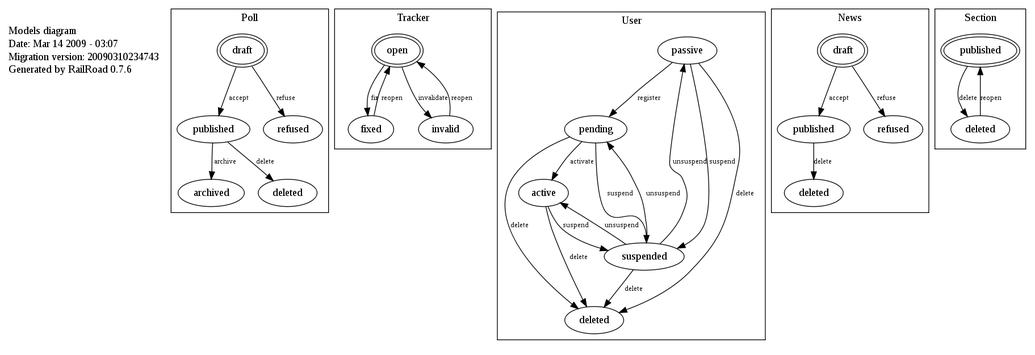
linuxfrorg/linuxfr.org keeps this Graphviz diagram as doc/diagrams/states.png. Above is the earlier version. Its source is kept beside it as doc/diagrams/states.dot. Its diagram source:
```dot
digraph models_diagram {
	graph[overlap=false, splines=true]
	_diagram_info [shape="plaintext", label="Models diagram\lDate: Mar 14 2009 - 03:07\lMigration version: 20090310234743\lGenerated by RailRoad 0.7.6\l", fontsize=14]
subgraph cluster_poll {
	label = "Poll"
	poll_draft [label=draft , peripheries = 2];
  poll_published [label=published ];
  poll_archived [label=archived ];
  poll_refused [label=refused ];
  poll_deleted [label=deleted ];}subgraph cluster_tracker {
	label = "Tracker"
	tracker_open [label=open , peripheries = 2];
  tracker_fixed [label=fixed ];
  tracker_invalid [label=invalid ];}subgraph cluster_user {
	label = "User"
	user_passive [label=passive ];
  user_pending [label=pending ];
  user_active [label=active ];
  user_suspended [label=suspended ];
  user_deleted [label=deleted ];}subgraph cluster_news {
	label = "News"
	news_draft [label=draft , peripheries = 2];
  news_published [label=published ];
  news_refused [label=refused ];
  news_deleted [label=deleted ];}subgraph cluster_section {
	label = "Section"
	section_published [label=published , peripheries = 2];
  section_deleted [label=deleted ];}	"poll_published" -> "poll_archived" [label="archive", fontsize=10]
	"poll_published" -> "poll_deleted" [label="delete", fontsize=10]
	"poll_draft" -> "poll_refused" [label="refuse", fontsize=10]
	"poll_draft" -> "poll_published" [label="accept", fontsize=10]
	"tracker_open" -> "tracker_invalid" [label="invalidate", fontsize=10]
	"tracker_fixed" -> "tracker_open" [label="reopen", fontsize=10]
	"tracker_invalid" -> "tracker_open" [label="reopen", fontsize=10]
	"tracker_open" -> "tracker_fixed" [label="fix", fontsize=10]
	"user_passive" -> "user_deleted" [label="delete", fontsize=10]
	"user_pending" -> "user_deleted" [label="delete", fontsize=10]
	"user_active" -> "user_deleted" [label="delete", fontsize=10]
	"user_suspended" -> "user_deleted" [label="delete", fontsize=10]
	"user_passive" -> "user_suspended" [label="suspend", fontsize=10]
	"user_pending" -> "user_suspended" [label="suspend", fontsize=10]
	"user_active" -> "user_suspended" [label="suspend", fontsize=10]
	"user_pending" -> "user_active" [label="activate", fontsize=10]
	"user_passive" -> "user_pending" [label="register", fontsize=10]
	"user_suspended" -> "user_active" [label="unsuspend", fontsize=10]
	"user_suspended" -> "user_pending" [label="unsuspend", fontsize=10]
	"user_suspended" -> "user_passive" [label="unsuspend", fontsize=10]
	"news_published" -> "news_deleted" [label="delete", fontsize=10]
	"news_draft" -> "news_refused" [label="refuse", fontsize=10]
	"news_draft" -> "news_published" [label="accept", fontsize=10]
	"section_deleted" -> "section_published" [label="reopen", fontsize=10]
	"section_published" -> "section_deleted" [label="delete", fontsize=10]
}
```
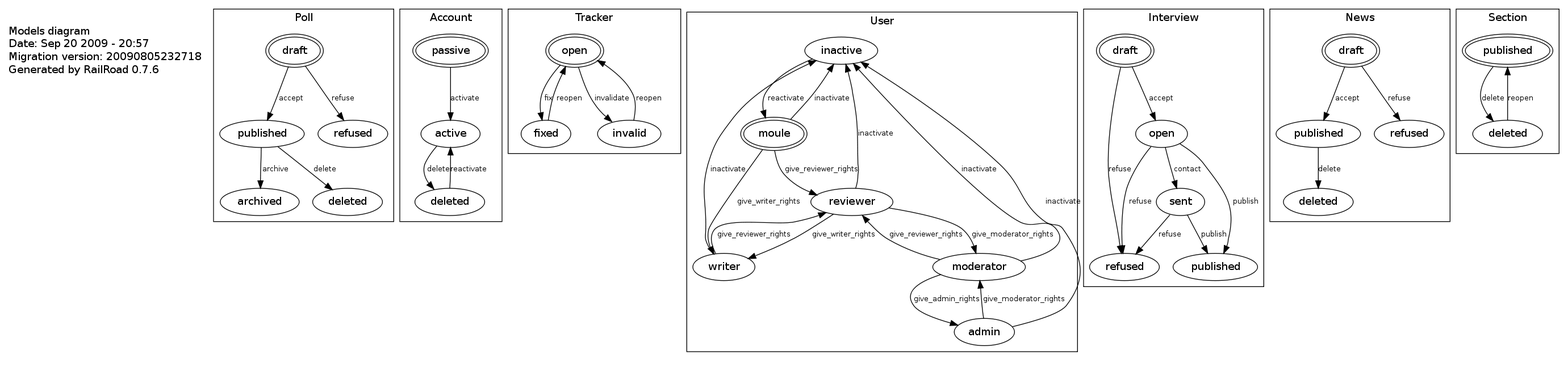
Later version of the same file.

Diff of the diagram source:
```diff
@@ -1,23 +1,34 @@
 digraph models_diagram {
 	graph[overlap=false, splines=true]
-	_diagram_info [shape="plaintext", label="Models diagram\lDate: Mar 14 2009 - 03:07\lMigration version: 20090310234743\lGenerated by RailRoad 0.7.6\l", fontsize=14]
+	_diagram_info [shape="plaintext", label="Models diagram\lDate: Sep 20 2009 - 20:57\lMigration version: 20090805232718\lGenerated by RailRoad 0.7.6\l", fontsize=14]
 subgraph cluster_poll {
 	label = "Poll"
 	poll_draft [label=draft , peripheries = 2];
   poll_published [label=published ];
   poll_archived [label=archived ];
   poll_refused [label=refused ];
-  poll_deleted [label=deleted ];}subgraph cluster_tracker {
+  poll_deleted [label=deleted ];}subgraph cluster_account {
+	label = "Account"
+	account_passive [label=passive , peripheries = 2];
+  account_active [label=active ];
+  account_deleted [label=deleted ];}subgraph cluster_tracker {
 	label = "Tracker"
 	tracker_open [label=open , peripheries = 2];
   tracker_fixed [label=fixed ];
   tracker_invalid [label=invalid ];}subgraph cluster_user {
 	label = "User"
-	user_passive [label=passive ];
-  user_pending [label=pending ];
-  user_active [label=active ];
-  user_suspended [label=suspended ];
-  user_deleted [label=deleted ];}subgraph cluster_news {
+	user_inactive [label=inactive ];
+  user_moule [label=moule , peripheries = 2];
+  user_writer [label=writer ];
+  user_reviewer [label=reviewer ];
+  user_moderator [label=moderator ];
+  user_admin [label=admin ];}subgraph cluster_interview {
+	label = "Interview"
+	interview_draft [label=draft , peripheries = 2];
+  interview_open [label=open ];
+  interview_sent [label=sent ];
+  interview_published [label=published ];
+  interview_refused [label=refused ];}subgraph cluster_news {
 	label = "News"
 	news_draft [label=draft , peripheries = 2];
   news_published [label=published ];
@@ -29,22 +40,34 @@
 	"poll_published" -> "poll_deleted" [label="delete", fontsize=10]
 	"poll_draft" -> "poll_refused" [label="refuse", fontsize=10]
 	"poll_draft" -> "poll_published" [label="accept", fontsize=10]
-	"tracker_open" -> "tracker_invalid" [label="invalidate", fontsize=10]
+	"account_passive" -> "account_active" [label="activate", fontsize=10]
+	"account_deleted" -> "account_active" [label="reactivate", fontsize=10]
+	"account_active" -> "account_deleted" [label="delete", fontsize=10]
 	"tracker_fixed" -> "tracker_open" [label="reopen", fontsize=10]
 	"tracker_invalid" -> "tracker_open" [label="reopen", fontsize=10]
 	"tracker_open" -> "tracker_fixed" [label="fix", fontsize=10]
-	"user_passive" -> "user_deleted" [label="delete", fontsize=10]
-	"user_pending" -> "user_deleted" [label="delete", fontsize=10]
-	"user_active" -> "user_deleted" [label="delete", fontsize=10]
-	"user_suspended" -> "user_deleted" [label="delete", fontsize=10]
-	"user_passive" -> "user_suspended" [label="suspend", fontsize=10]
-	"user_pending" -> "user_suspended" [label="suspend", fontsize=10]
-	"user_active" -> "user_suspended" [label="suspend", fontsize=10]
-	"user_pending" -> "user_active" [label="activate", fontsize=10]
-	"user_passive" -> "user_pending" [label="register", fontsize=10]
-	"user_suspended" -> "user_active" [label="unsuspend", fontsize=10]
-	"user_suspended" -> "user_pending" [label="unsuspend", fontsize=10]
-	"user_suspended" -> "user_passive" [label="unsuspend", fontsize=10]
+	"tracker_open" -> "tracker_invalid" [label="invalidate", fontsize=10]
+	"user_moule" -> "user_inactive" [label="inactivate", fontsize=10]
+	"user_writer" -> "user_inactive" [label="inactivate", fontsize=10]
+	"user_reviewer" -> "user_inactive" [label="inactivate", fontsize=10]
+	"user_moderator" -> "user_inactive" [label="inactivate", fontsize=10]
+	"user_admin" -> "user_inactive" [label="inactivate", fontsize=10]
+	"user_inactive" -> "user_moule" [label="reactivate", fontsize=10]
+	"user_moule" -> "user_writer" [label="give_writer_rights", fontsize=10]
+	"user_reviewer" -> "user_writer" [label="give_writer_rights", fontsize=10]
+	"user_moule" -> "user_reviewer" [label="give_reviewer_rights", fontsize=10]
+	"user_writer" -> "user_reviewer" [label="give_reviewer_rights", fontsize=10]
+	"user_moderator" -> "user_reviewer" [label="give_reviewer_rights", fontsize=10]
+	"user_reviewer" -> "user_moderator" [label="give_moderator_rights", fontsize=10]
+	"user_admin" -> "user_moderator" [label="give_moderator_rights", fontsize=10]
+	"user_moderator" -> "user_admin" [label="give_admin_rights", fontsize=10]
+	"interview_open" -> "interview_sent" [label="contact", fontsize=10]
+	"interview_open" -> "interview_published" [label="publish", fontsize=10]
+	"interview_sent" -> "interview_published" [label="publish", fontsize=10]
+	"interview_draft" -> "interview_refused" [label="refuse", fontsize=10]
+	"interview_open" -> "interview_refused" [label="refuse", fontsize=10]
+	"interview_sent" -> "interview_refused" [label="refuse", fontsize=10]
+	"interview_draft" -> "interview_open" [label="accept", fontsize=10]
 	"news_published" -> "news_deleted" [label="delete", fontsize=10]
 	"news_draft" -> "news_refused" [label="refuse", fontsize=10]
 	"news_draft" -> "news_published" [label="accept", fontsize=10]
```
